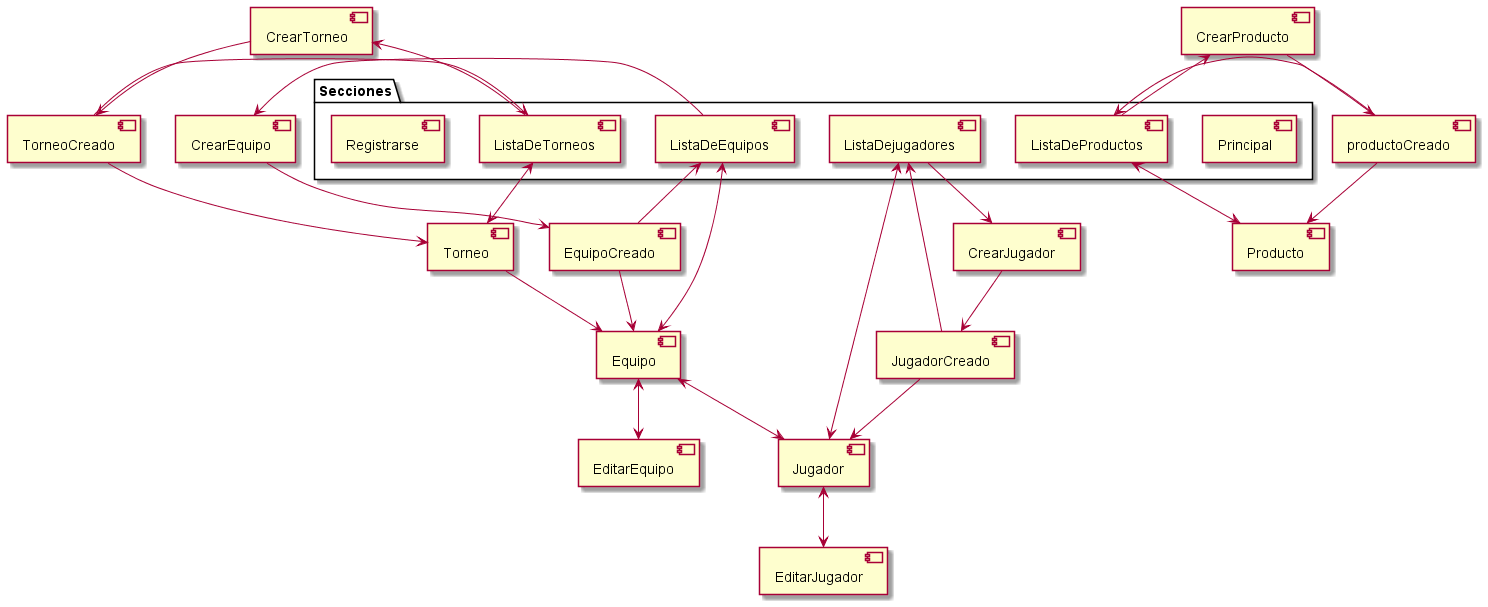
Before: documentation/diagramas/navigation.png, a diagram exported from PlantUML (AlejandroOrejudo2000/esports-events-app). Its source is kept beside it as documentation/navigation.plantuml.
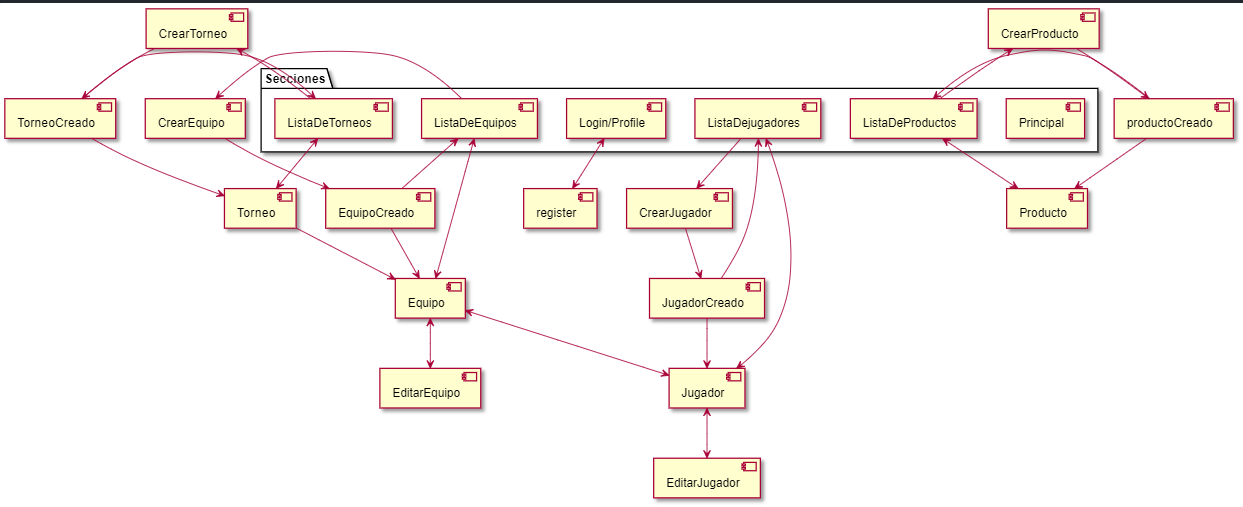
After the commit.

Change to the diagram source:
```diff
@@ -6,7 +6,7 @@
     component ListaDeEquipos as eqplist
     component ListaDejugadores as juglist
     component ListaDeProductos as prodlist
-    component Registrarse as reg
+    component [Login/Profile] as login
 }
 
 component Torneo as trn
@@ -27,7 +27,9 @@
 component EditarJugador as editjug
 component EditarEquipo as editeqp
 
+component register as reg
 
+login <--> reg
 trnlist <--> trn
 trnlist --> creartrn
 creartrn --> trncreado
```
